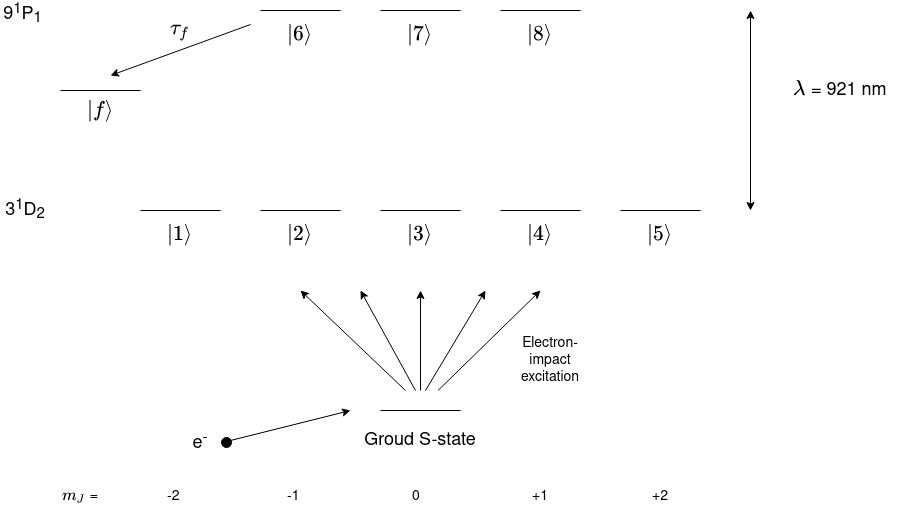
Before: docs/source/tutorials/LevelDiagrams/HeMetastableStateExcitation.png, a diagram exported from draw.io (mvpmanish/LASED). Source tidied: cells renumbered, new cells last; positions are measured from the earlier drawing's top-left corner, leaving out a move shared by most shapes. Source of this version:
```xml
<mxGraphModel math="1">
  <root>
    <mxCell id="0" />
    <mxCell id="1" parent="0" />
    <mxCell id="2" style="endArrow=none;html=1;" parent="1" edge="1">
      <mxGeometry relative="1" as="geometry">
        <mxPoint x="380" y="206" as="sourcePoint" />
        <mxPoint x="460" y="206" as="targetPoint" />
      </mxGeometry>
    </mxCell>
    <mxCell id="3" style="endArrow=none;html=1;" parent="1" edge="1">
      <mxGeometry relative="1" as="geometry">
        <mxPoint x="500" y="206" as="sourcePoint" />
        <mxPoint x="580" y="206" as="targetPoint" />
      </mxGeometry>
    </mxCell>
    <mxCell id="4" style="endArrow=none;html=1;fontStyle=1;" parent="1" edge="1">
      <mxGeometry relative="1" as="geometry">
        <mxPoint x="260" y="206" as="sourcePoint" />
        <mxPoint x="340" y="206" as="targetPoint" />
      </mxGeometry>
    </mxCell>
    <mxCell id="5" style="endArrow=none;html=1;" parent="1" edge="1">
      <mxGeometry relative="1" as="geometry">
        <mxPoint x="140" y="206" as="sourcePoint" />
        <mxPoint x="220" y="206" as="targetPoint" />
      </mxGeometry>
    </mxCell>
    <mxCell id="6" style="endArrow=none;html=1;" parent="1" edge="1">
      <mxGeometry relative="1" as="geometry">
        <mxPoint x="620" y="206" as="sourcePoint" />
        <mxPoint x="700" y="206" as="targetPoint" />
      </mxGeometry>
    </mxCell>
    <mxCell id="7" value="&lt;font style=&quot;font-size: 18px&quot;&gt;$$|1\rangle$$&lt;/font&gt;" style="text;html=1;strokeColor=none;fillColor=none;align=center;verticalAlign=middle;whiteSpace=wrap;rounded=0;" parent="1" vertex="1">
      <mxGeometry x="160" y="220" width="40" height="20" as="geometry" />
    </mxCell>
    <mxCell id="8" value="&lt;font style=&quot;font-size: 18px&quot;&gt;$$|2\rangle$$&lt;/font&gt;" style="text;html=1;strokeColor=none;fillColor=none;align=center;verticalAlign=middle;whiteSpace=wrap;rounded=0;" parent="1" vertex="1">
      <mxGeometry x="280" y="220" width="40" height="20" as="geometry" />
    </mxCell>
    <mxCell id="9" value="&lt;font style=&quot;font-size: 18px&quot;&gt;$$|3\rangle$$&lt;/font&gt;" style="text;html=1;strokeColor=none;fillColor=none;align=center;verticalAlign=middle;whiteSpace=wrap;rounded=0;" parent="1" vertex="1">
      <mxGeometry x="400" y="220" width="40" height="20" as="geometry" />
    </mxCell>
    <mxCell id="10" value="&lt;font style=&quot;font-size: 18px&quot;&gt;$$|4\rangle$$&lt;/font&gt;" style="text;html=1;strokeColor=none;fillColor=none;align=center;verticalAlign=middle;whiteSpace=wrap;rounded=0;" parent="1" vertex="1">
      <mxGeometry x="520" y="220" width="40" height="20" as="geometry" />
    </mxCell>
    <mxCell id="11" value="&lt;font style=&quot;font-size: 18px&quot;&gt;$$|5\rangle$$&lt;/font&gt;" style="text;html=1;strokeColor=none;fillColor=none;align=center;verticalAlign=middle;whiteSpace=wrap;rounded=0;" parent="1" vertex="1">
      <mxGeometry x="640" y="220" width="40" height="20" as="geometry" />
    </mxCell>
    <mxCell id="12" style="endArrow=none;html=1;" parent="1" edge="1">
      <mxGeometry relative="1" as="geometry">
        <mxPoint x="380" y="6" as="sourcePoint" />
        <mxPoint x="460" y="6" as="targetPoint" />
      </mxGeometry>
    </mxCell>
    <mxCell id="13" style="endArrow=none;html=1;" parent="1" edge="1">
      <mxGeometry relative="1" as="geometry">
        <mxPoint x="500" y="6" as="sourcePoint" />
        <mxPoint x="580" y="6" as="targetPoint" />
      </mxGeometry>
    </mxCell>
    <mxCell id="14" style="endArrow=none;html=1;" parent="1" edge="1">
      <mxGeometry relative="1" as="geometry">
        <mxPoint x="260" y="6" as="sourcePoint" />
        <mxPoint x="340" y="6" as="targetPoint" />
      </mxGeometry>
    </mxCell>
    <mxCell id="15" value="&lt;font style=&quot;font-size: 18px&quot;&gt;$$|6\rangle$$&lt;/font&gt;" style="text;html=1;strokeColor=none;fillColor=none;align=center;verticalAlign=middle;whiteSpace=wrap;rounded=0;" parent="1" vertex="1">
      <mxGeometry x="280" y="20" width="40" height="20" as="geometry" />
    </mxCell>
    <mxCell id="16" value="&lt;font style=&quot;font-size: 18px&quot;&gt;$$|7\rangle$$&lt;/font&gt;" style="text;html=1;strokeColor=none;fillColor=none;align=center;verticalAlign=middle;whiteSpace=wrap;rounded=0;" parent="1" vertex="1">
      <mxGeometry x="400" y="20" width="40" height="20" as="geometry" />
    </mxCell>
    <mxCell id="17" value="&lt;font style=&quot;font-size: 18px&quot;&gt;$$|8\rangle$$&lt;/font&gt;" style="text;html=1;strokeColor=none;fillColor=none;align=center;verticalAlign=middle;whiteSpace=wrap;rounded=0;" parent="1" vertex="1">
      <mxGeometry x="520" y="20" width="40" height="20" as="geometry" />
    </mxCell>
    <mxCell id="18" style="endArrow=classic;startArrow=classic;html=1;" parent="1" edge="1">
      <mxGeometry relative="1" as="geometry">
        <mxPoint x="750" y="206" as="sourcePoint" />
        <mxPoint x="750" y="6" as="targetPoint" />
      </mxGeometry>
    </mxCell>
    <mxCell id="19" style="endArrow=none;html=1;" parent="1" edge="1">
      <mxGeometry relative="1" as="geometry">
        <mxPoint x="60" y="86" as="sourcePoint" />
        <mxPoint x="140" y="86" as="targetPoint" />
      </mxGeometry>
    </mxCell>
    <mxCell id="20" value="&lt;font style=&quot;font-size: 18px&quot;&gt;$$|f\rangle$$&lt;/font&gt;" style="text;html=1;strokeColor=none;fillColor=none;align=center;verticalAlign=middle;whiteSpace=wrap;rounded=0;" parent="1" vertex="1">
      <mxGeometry x="80" y="96" width="40" height="20" as="geometry" />
    </mxCell>
    <mxCell id="21" style="endArrow=classic;html=1;" parent="1" edge="1">
      <mxGeometry relative="1" as="geometry">
        <mxPoint x="250" y="20" as="sourcePoint" />
        <mxPoint x="110" y="71" as="targetPoint" />
      </mxGeometry>
    </mxCell>
    <mxCell id="22" value=" &lt;font style=&quot;font-size: 18px&quot; face=&quot;Helvetica&quot;&gt;\(\lambda\) = 921 nm&lt;br&gt;&lt;/font&gt;" style="text;html=1;strokeColor=none;fillColor=none;align=center;verticalAlign=middle;whiteSpace=wrap;rounded=0;" parent="1" vertex="1">
      <mxGeometry x="780" y="76" width="120" height="20" as="geometry" />
    </mxCell>
    <mxCell id="23" value="&lt;font style=&quot;font-size: 18px&quot;&gt;$$\tau_f$$&lt;/font&gt;" style="text;html=1;strokeColor=none;fillColor=none;align=center;verticalAlign=middle;whiteSpace=wrap;rounded=0;" parent="1" vertex="1">
      <mxGeometry x="160" y="16" width="40" height="20" as="geometry" />
    </mxCell>
    <mxCell id="24" value="&lt;font style=&quot;font-size: 14px&quot;&gt;\( m_J\) = &lt;/font&gt;" style="text;html=1;strokeColor=none;fillColor=none;align=center;verticalAlign=middle;whiteSpace=wrap;rounded=0;" parent="1" vertex="1">
      <mxGeometry x="60" y="482.2" width="40" height="20" as="geometry" />
    </mxCell>
    <mxCell id="25" value="&lt;font style=&quot;font-size: 14px&quot;&gt;-2&lt;/font&gt;" style="text;whiteSpace=wrap;html=1;" parent="1" vertex="1">
      <mxGeometry x="165" y="477.2" width="30" height="30" as="geometry" />
    </mxCell>
    <mxCell id="26" value="&lt;font style=&quot;font-size: 14px&quot;&gt;-1&lt;/font&gt;" style="text;whiteSpace=wrap;html=1;" parent="1" vertex="1">
      <mxGeometry x="285" y="477.2" width="30" height="30" as="geometry" />
    </mxCell>
    <mxCell id="27" value="&lt;font style=&quot;font-size: 14px&quot;&gt;0&lt;/font&gt;" style="text;whiteSpace=wrap;html=1;" parent="1" vertex="1">
      <mxGeometry x="410" y="477.2" width="30" height="30" as="geometry" />
    </mxCell>
    <mxCell id="28" value="&lt;font style=&quot;font-size: 14px&quot;&gt;+1&lt;/font&gt;" style="text;whiteSpace=wrap;html=1;" parent="1" vertex="1">
      <mxGeometry x="530" y="477.2" width="30" height="30" as="geometry" />
    </mxCell>
    <mxCell id="29" value="&lt;font style=&quot;font-size: 14px&quot;&gt;+2&lt;/font&gt;" style="text;whiteSpace=wrap;html=1;" parent="1" vertex="1">
      <mxGeometry x="650" y="477.2" width="40" height="30" as="geometry" />
    </mxCell>
    <mxCell id="30" value="&lt;font style=&quot;font-size: 18px&quot;&gt;9&lt;sup&gt;1&lt;/sup&gt;P&lt;sub&gt;1&lt;/sub&gt;&amp;nbsp; &lt;/font&gt;" style="text;html=1;strokeColor=none;fillColor=none;align=center;verticalAlign=middle;whiteSpace=wrap;rounded=0;" parent="1" vertex="1">
      <mxGeometry width="50" height="20" as="geometry" />
    </mxCell>
    <mxCell id="31" value="&lt;font style=&quot;font-size: 18px&quot;&gt;3&lt;sup&gt;1&lt;/sup&gt;D&lt;sub&gt;2&lt;/sub&gt; &lt;/font&gt;" style="text;html=1;strokeColor=none;fillColor=none;align=center;verticalAlign=middle;whiteSpace=wrap;rounded=0;" parent="1" vertex="1">
      <mxGeometry x="5" y="196" width="40" height="20" as="geometry" />
    </mxCell>
    <mxCell id="32" style="endArrow=none;html=1;" parent="1" edge="1">
      <mxGeometry relative="1" as="geometry">
        <mxPoint x="380" y="406" as="sourcePoint" />
        <mxPoint x="460" y="406" as="targetPoint" />
      </mxGeometry>
    </mxCell>
    <mxCell id="33" value="&lt;font style=&quot;font-size: 18px&quot;&gt;Groud S-state&lt;br&gt;&lt;/font&gt;" style="text;html=1;strokeColor=none;fillColor=none;align=center;verticalAlign=middle;whiteSpace=wrap;rounded=0;" parent="1" vertex="1">
      <mxGeometry x="360" y="426" width="120" height="20" as="geometry" />
    </mxCell>
    <mxCell id="34" style="ellipse;whiteSpace=wrap;html=1;fillColor=#000000;" parent="1" vertex="1">
      <mxGeometry x="221" y="433" width="10" height="10" as="geometry" />
    </mxCell>
    <mxCell id="35" style="endArrow=classic;html=1;" parent="1" edge="1">
      <mxGeometry relative="1" as="geometry">
        <mxPoint x="230" y="436" as="sourcePoint" />
        <mxPoint x="350" y="406" as="targetPoint" />
      </mxGeometry>
    </mxCell>
    <mxCell id="36" value="&lt;font style=&quot;font-size: 18px&quot;&gt;e&lt;sup&gt;-&lt;/sup&gt;&lt;/font&gt;" style="text;html=1;strokeColor=none;fillColor=none;align=center;verticalAlign=middle;whiteSpace=wrap;rounded=0;" parent="1" vertex="1">
      <mxGeometry x="140" y="428" width="120" height="20" as="geometry" />
    </mxCell>
    <mxCell id="37" style="endArrow=classic;html=1;" parent="1" edge="1">
      <mxGeometry relative="1" as="geometry">
        <mxPoint x="420" y="386" as="sourcePoint" />
        <mxPoint x="420" y="286" as="targetPoint" />
      </mxGeometry>
    </mxCell>
    <mxCell id="38" style="endArrow=classic;html=1;" parent="1" edge="1">
      <mxGeometry relative="1" as="geometry">
        <mxPoint x="415" y="386" as="sourcePoint" />
        <mxPoint x="360" y="286" as="targetPoint" />
      </mxGeometry>
    </mxCell>
    <mxCell id="39" style="endArrow=classic;html=1;" parent="1" edge="1">
      <mxGeometry relative="1" as="geometry">
        <mxPoint x="425" y="386" as="sourcePoint" />
        <mxPoint x="485" y="286" as="targetPoint" />
      </mxGeometry>
    </mxCell>
    <mxCell id="40" style="endArrow=classic;html=1;" parent="1" edge="1">
      <mxGeometry relative="1" as="geometry">
        <mxPoint x="405" y="386" as="sourcePoint" />
        <mxPoint x="300" y="286" as="targetPoint" />
      </mxGeometry>
    </mxCell>
    <mxCell id="41" style="endArrow=classic;html=1;" parent="1" edge="1">
      <mxGeometry relative="1" as="geometry">
        <mxPoint x="437.5" y="386" as="sourcePoint" />
        <mxPoint x="540" y="286" as="targetPoint" />
      </mxGeometry>
    </mxCell>
    <mxCell id="42" value="&lt;font style=&quot;font-size: 14px&quot;&gt;Electron-impact excitation&lt;/font&gt;" style="text;html=1;strokeColor=none;fillColor=none;align=center;verticalAlign=middle;whiteSpace=wrap;rounded=0;" parent="1" vertex="1">
      <mxGeometry x="520" y="346" width="60" height="20" as="geometry" />
    </mxCell>
  </root>
</mxGraphModel>
```
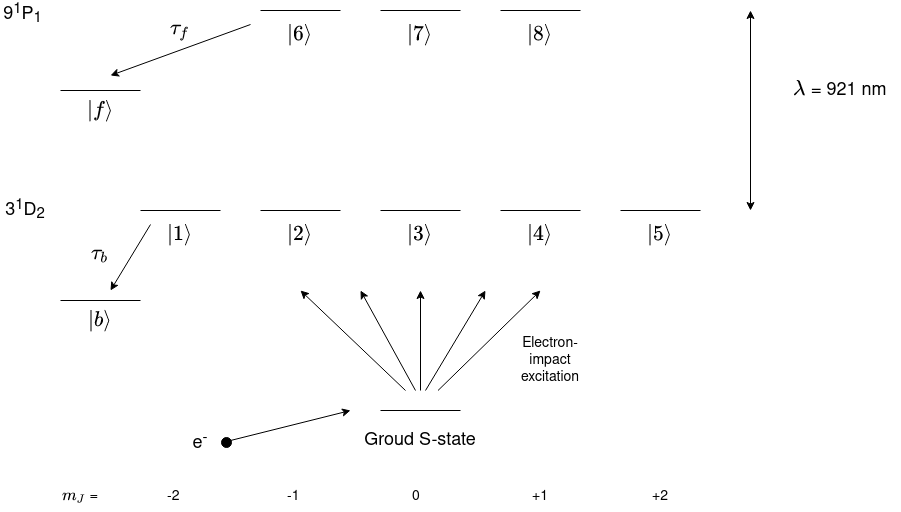
Later version of the same file.

The edit, as a diff of the source:
```diff
@@ -179,5 +179,23 @@
     <mxCell id="42" value="&lt;font style=&quot;font-size: 14px&quot;&gt;Electron-impact excitation&lt;/font&gt;" style="text;html=1;strokeColor=none;fillColor=none;align=center;verticalAlign=middle;whiteSpace=wrap;rounded=0;" parent="1" vertex="1">
       <mxGeometry x="520" y="346" width="60" height="20" as="geometry" />
     </mxCell>
+    <mxCell id="43" style="endArrow=none;html=1;" parent="1" edge="1">
+      <mxGeometry relative="1" as="geometry">
+        <mxPoint x="60" y="296" as="sourcePoint" />
+        <mxPoint x="140" y="296" as="targetPoint" />
+      </mxGeometry>
+    </mxCell>
+    <mxCell id="44" value="&lt;font style=&quot;font-size: 18px&quot;&gt;$$|b\rangle$$&lt;/font&gt;" style="text;html=1;strokeColor=none;fillColor=none;align=center;verticalAlign=middle;whiteSpace=wrap;rounded=0;" parent="1" vertex="1">
+      <mxGeometry x="80" y="306" width="40" height="20" as="geometry" />
+    </mxCell>
+    <mxCell id="45" value="&lt;font style=&quot;font-size: 18px&quot;&gt;$$\tau_b$$&lt;/font&gt;" style="text;html=1;strokeColor=none;fillColor=none;align=center;verticalAlign=middle;whiteSpace=wrap;rounded=0;" parent="1" vertex="1">
+      <mxGeometry x="80" y="240" width="40" height="20" as="geometry" />
+    </mxCell>
+    <mxCell id="46" style="endArrow=classic;html=1;" parent="1" edge="1">
+      <mxGeometry relative="1" as="geometry">
+        <mxPoint x="150" y="220" as="sourcePoint" />
+        <mxPoint x="110" y="286" as="targetPoint" />
+      </mxGeometry>
+    </mxCell>
   </root>
 </mxGraphModel>
```
